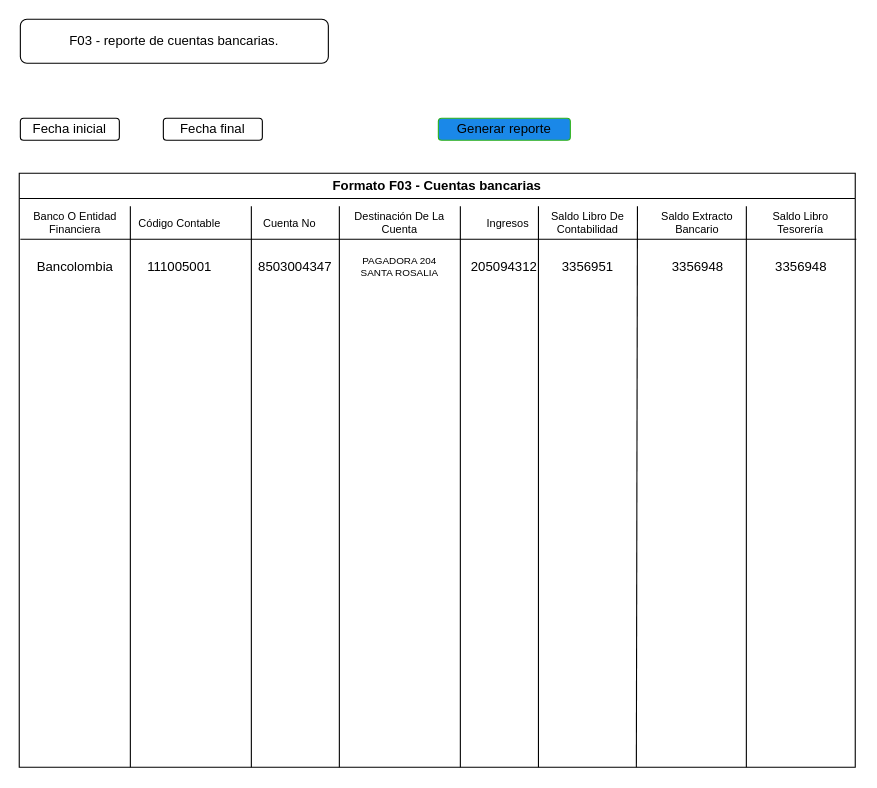
Above: Diagrama sin título.drawio in richardlo1305/Tareas (draw.io), before the change. Source tidied: cells renumbered, new cells numbered last; positions are measured from the earlier drawing's top-left corner, leaving out a move shared by most shapes. Both pictures are drawn from the tidied source at 110%, with x=0, y=0 at pixel (19, 19).
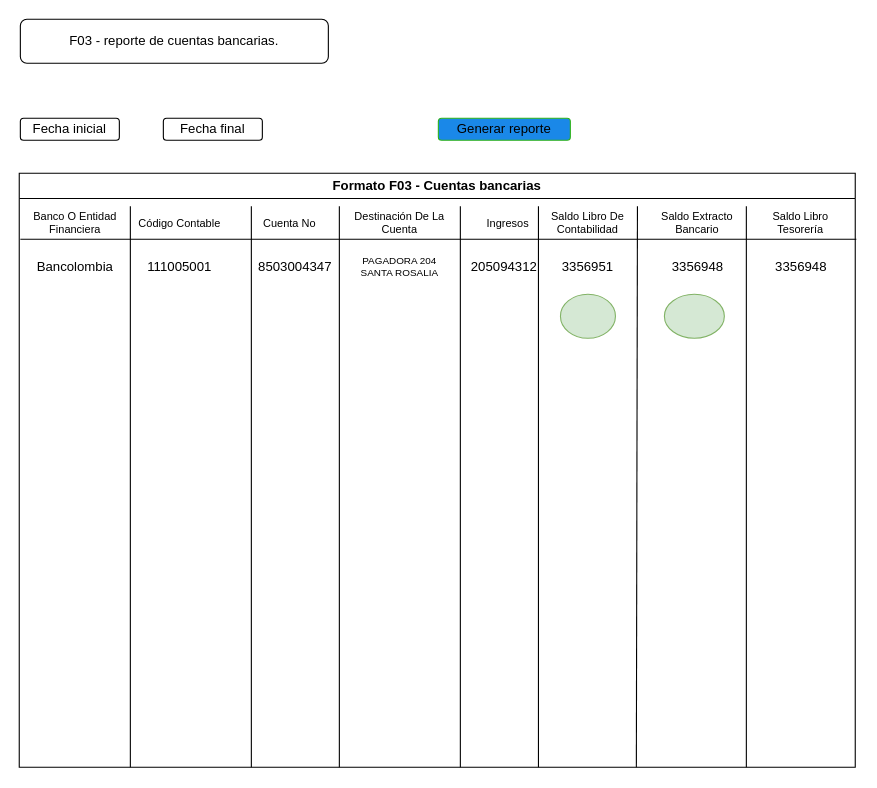
After the change.

The change refers to these unchanged cells:
```xml
<mxCell id="2" style="group;" parent="1" vertex="1">
  <mxGeometry width="761" height="680" as="geometry" />
</mxCell>
<mxCell id="8" style="group;" parent="7" vertex="1">
  <mxGeometry x="1" y="30" width="749" height="510" as="geometry" />
</mxCell>
```

Diff of the diagram source:
```diff
@@
+    <mxCell id="33" style="group;" parent="2" vertex="1">
+      <mxGeometry y="140" width="761" height="540" as="geometry" />
+    </mxCell>
-    <mxCell id="7" value="Formato F03 - Cuentas bancarias" style="swimlane;whiteSpace=wrap;html=1;" parent="2" vertex="1">
-      <mxGeometry y="140" width="760" height="540" as="geometry" />
+    <mxCell id="7" value="Formato F03 - Cuentas bancarias" style="swimlane;whiteSpace=wrap;html=1;" parent="33" vertex="1">
+      <mxGeometry width="760" height="540" as="geometry" />
     </mxCell>
@@
+    <mxCell id="34" style="ellipse;whiteSpace=wrap;html=1;fillColor=#d5e8d4;strokeColor=#82b366;" parent="8" vertex="1">
+      <mxGeometry x="491" y="80" width="50" height="40" as="geometry" />
+    </mxCell>
+    <mxCell id="35" style="ellipse;whiteSpace=wrap;html=1;fillColor=#d5e8d4;strokeColor=#82b366;" parent="8" vertex="1">
+      <mxGeometry x="585.5" y="80" width="54.5" height="40" as="geometry" />
+    </mxCell>
-    <mxCell id="31" style="endArrow=none;html=1;rounded=0;" parent="2" edge="1">
+    <mxCell id="31" style="endArrow=none;html=1;rounded=0;" parent="33" edge="1">
       <mxGeometry relative="1" as="geometry">
-        <mxPoint x="1" y="200" as="sourcePoint" />
-        <mxPoint x="761" y="200" as="targetPoint" />
+        <mxPoint x="1" y="60" as="sourcePoint" />
+        <mxPoint x="761" y="60" as="targetPoint" />
       </mxGeometry>
     </mxCell>
```
